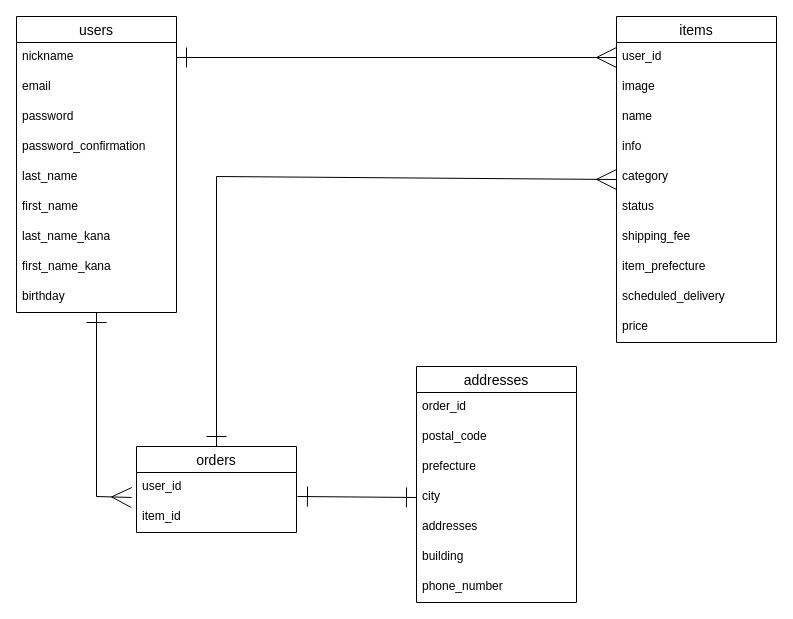
Before: furima-39824_ER.dio in DaiC-S/furima-39824, a draw.io diagram. Source tidied: cells renumbered, new cells numbered last; positions are measured from the earlier drawing's top-left corner, leaving out a move shared by most shapes. Both pictures are drawn from the tidied source at 100%, with x=0, y=0 at pixel (16, 16).
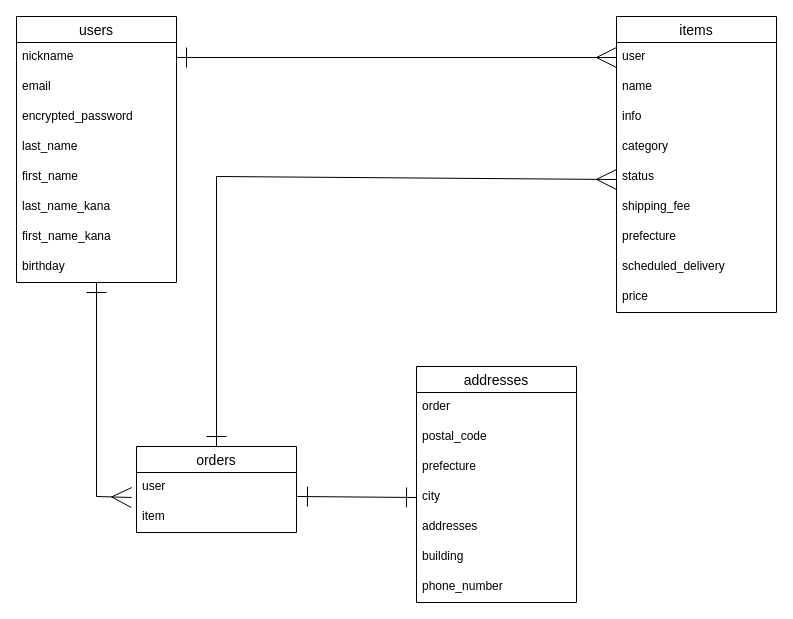
The same diagram, later.

Commit message (it also covers changes not shown here):
DB設計やり直し2回目｜制約の見直し

Unchanged cells that the change refers to:
```xml
<mxCell id="23" value="orders" style="swimlane;fontStyle=0;horizontal=1;startSize=26;align=center;fontSize=14;" parent="1" vertex="1">
  <mxGeometry x="120" y="430" width="160" height="86" as="geometry" />
</mxCell>
<mxCell id="28" value="addresses" style="swimlane;fontStyle=0;horizontal=1;startSize=26;align=center;fontSize=14;" parent="1" vertex="1">
  <mxGeometry x="400" y="350" width="160" height="236" as="geometry" />
</mxCell>
```

Change to the diagram source:
```diff
@@
     <mxCell id="2" value="users" style="swimlane;fontStyle=0;horizontal=1;startSize=26;align=center;fontSize=14;" parent="1" vertex="1">
-      <mxGeometry width="160" height="296" as="geometry" />
+      <mxGeometry width="160" height="266" as="geometry" />
     </mxCell>
@@
-    <mxCell id="5" value="password" style="text;strokeColor=none;fillColor=none;spacingLeft=4;spacingRight=4;overflow=hidden;fontSize=12;" parent="2" vertex="1">
+    <mxCell id="5" value="encrypted_password" style="text;strokeColor=none;fillColor=none;spacingLeft=4;spacingRight=4;overflow=hidden;fontSize=12;" parent="2" vertex="1">
       <mxGeometry y="86" width="160" height="30" as="geometry" />
     </mxCell>
-    <mxCell id="6" value="password_confirmation" style="text;strokeColor=none;fillColor=none;spacingLeft=4;spacingRight=4;overflow=hidden;fontSize=12;" parent="2" vertex="1">
-      <mxGeometry y="116" width="160" height="30" as="geometry" />
-    </mxCell>
     <mxCell id="7" value="last_name" style="text;strokeColor=none;fillColor=none;spacingLeft=4;spacingRight=4;overflow=hidden;fontSize=12;" parent="2" vertex="1">
-      <mxGeometry y="146" width="160" height="30" as="geometry" />
+      <mxGeometry y="116" width="160" height="30" as="geometry" />
     </mxCell>
     <mxCell id="8" value="first_name" style="text;strokeColor=none;fillColor=none;spacingLeft=4;spacingRight=4;overflow=hidden;fontSize=12;" parent="2" vertex="1">
-      <mxGeometry y="176" width="160" height="30" as="geometry" />
+      <mxGeometry y="146" width="160" height="30" as="geometry" />
     </mxCell>
     <mxCell id="9" value="last_name_kana" style="text;strokeColor=none;fillColor=none;spacingLeft=4;spacingRight=4;overflow=hidden;fontSize=12;" parent="2" vertex="1">
-      <mxGeometry y="206" width="160" height="30" as="geometry" />
+      <mxGeometry y="176" width="160" height="30" as="geometry" />
     </mxCell>
     <mxCell id="10" value="first_name_kana" style="text;strokeColor=none;fillColor=none;spacingLeft=4;spacingRight=4;overflow=hidden;fontSize=12;" parent="2" vertex="1">
-      <mxGeometry y="236" width="160" height="30" as="geometry" />
+      <mxGeometry y="206" width="160" height="30" as="geometry" />
     </mxCell>
     <mxCell id="11" value="birthday" style="text;strokeColor=none;fillColor=none;spacingLeft=4;spacingRight=4;overflow=hidden;points=[[0,0.5],[1,0.5]];portConstraint=eastwest;fontSize=12;" parent="2" vertex="1">
-      <mxGeometry y="266" width="160" height="30" as="geometry" />
+      <mxGeometry y="236" width="160" height="30" as="geometry" />
     </mxCell>
     <mxCell id="12" value="items" style="swimlane;fontStyle=0;horizontal=1;startSize=26;align=center;fontSize=14;" parent="1" vertex="1">
-      <mxGeometry x="600" width="160" height="326" as="geometry" />
+      <mxGeometry x="600" width="160" height="296" as="geometry" />
     </mxCell>
-    <mxCell id="13" value="user_id" style="text;strokeColor=none;fillColor=none;spacingLeft=4;spacingRight=4;overflow=hidden;points=[[0,0.5],[1,0.5]];portConstraint=eastwest;fontSize=12;" parent="12" vertex="1">
+    <mxCell id="13" value="user" style="text;strokeColor=none;fillColor=none;spacingLeft=4;spacingRight=4;overflow=hidden;points=[[0,0.5],[1,0.5]];portConstraint=eastwest;fontSize=12;" parent="12" vertex="1">
       <mxGeometry y="26" width="160" height="30" as="geometry" />
     </mxCell>
-    <mxCell id="14" value="image" style="text;strokeColor=none;fillColor=none;spacingLeft=4;spacingRight=4;overflow=hidden;fontSize=12;" parent="12" vertex="1">
-      <mxGeometry y="56" width="160" height="30" as="geometry" />
-    </mxCell>
     <mxCell id="15" value="name" style="text;strokeColor=none;fillColor=none;spacingLeft=4;spacingRight=4;overflow=hidden;fontSize=12;" parent="12" vertex="1">
-      <mxGeometry y="86" width="160" height="30" as="geometry" />
+      <mxGeometry y="56" width="160" height="30" as="geometry" />
     </mxCell>
     <mxCell id="16" value="info" style="text;strokeColor=none;fillColor=none;spacingLeft=4;spacingRight=4;overflow=hidden;fontSize=12;" parent="12" vertex="1">
-      <mxGeometry y="116" width="160" height="30" as="geometry" />
+      <mxGeometry y="86" width="160" height="30" as="geometry" />
     </mxCell>
     <mxCell id="17" value="category" style="text;strokeColor=none;fillColor=none;spacingLeft=4;spacingRight=4;overflow=hidden;fontSize=12;" parent="12" vertex="1">
-      <mxGeometry y="146" width="160" height="30" as="geometry" />
+      <mxGeometry y="116" width="160" height="30" as="geometry" />
     </mxCell>
     <mxCell id="18" value="status" style="text;strokeColor=none;fillColor=none;spacingLeft=4;spacingRight=4;overflow=hidden;fontSize=12;" parent="12" vertex="1">
-      <mxGeometry y="176" width="160" height="30" as="geometry" />
+      <mxGeometry y="146" width="160" height="30" as="geometry" />
     </mxCell>
     <mxCell id="19" value="shipping_fee" style="text;strokeColor=none;fillColor=none;spacingLeft=4;spacingRight=4;overflow=hidden;fontSize=12;" parent="12" vertex="1">
-      <mxGeometry y="206" width="160" height="30" as="geometry" />
+      <mxGeometry y="176" width="160" height="30" as="geometry" />
     </mxCell>
-    <mxCell id="20" value="item_prefecture" style="text;strokeColor=none;fillColor=none;spacingLeft=4;spacingRight=4;overflow=hidden;fontSize=12;" parent="12" vertex="1">
-      <mxGeometry y="236" width="160" height="30" as="geometry" />
+    <mxCell id="20" value="prefecture" style="text;strokeColor=none;fillColor=none;spacingLeft=4;spacingRight=4;overflow=hidden;fontSize=12;" parent="12" vertex="1">
+      <mxGeometry y="206" width="160" height="30" as="geometry" />
     </mxCell>
     <mxCell id="21" value="scheduled_delivery" style="text;strokeColor=none;fillColor=none;spacingLeft=4;spacingRight=4;overflow=hidden;fontSize=12;" parent="12" vertex="1">
-      <mxGeometry y="266" width="160" height="30" as="geometry" />
+      <mxGeometry y="236" width="160" height="30" as="geometry" />
     </mxCell>
     <mxCell id="22" value="price" style="text;strokeColor=none;fillColor=none;spacingLeft=4;spacingRight=4;overflow=hidden;fontSize=12;" parent="12" vertex="1">
-      <mxGeometry y="296" width="160" height="30" as="geometry" />
+      <mxGeometry y="266" width="160" height="30" as="geometry" />
     </mxCell>
@@
-    <mxCell id="24" value="user_id" style="text;strokeColor=none;fillColor=none;spacingLeft=4;spacingRight=4;overflow=hidden;points=[[0,0.5],[1,0.5]];portConstraint=eastwest;fontSize=12;" parent="23" vertex="1">
+    <mxCell id="24" value="user" style="text;strokeColor=none;fillColor=none;spacingLeft=4;spacingRight=4;overflow=hidden;points=[[0,0.5],[1,0.5]];portConstraint=eastwest;fontSize=12;" parent="23" vertex="1">
       <mxGeometry y="26" width="160" height="30" as="geometry" />
     </mxCell>
-    <mxCell id="25" value="item_id" style="text;strokeColor=none;fillColor=none;spacingLeft=4;spacingRight=4;overflow=hidden;fontSize=12;" parent="23" vertex="1">
+    <mxCell id="25" value="item" style="text;strokeColor=none;fillColor=none;spacingLeft=4;spacingRight=4;overflow=hidden;fontSize=12;" parent="23" vertex="1">
       <mxGeometry y="56" width="160" height="30" as="geometry" />
     </mxCell>
@@
-    <mxCell id="29" value="order_id" style="text;strokeColor=none;fillColor=none;spacingLeft=4;spacingRight=4;overflow=hidden;fontSize=12;" parent="28" vertex="1">
+    <mxCell id="29" value="order" style="text;strokeColor=none;fillColor=none;spacingLeft=4;spacingRight=4;overflow=hidden;fontSize=12;" parent="28" vertex="1">
       <mxGeometry y="26" width="160" height="30" as="geometry" />
     </mxCell>
```
